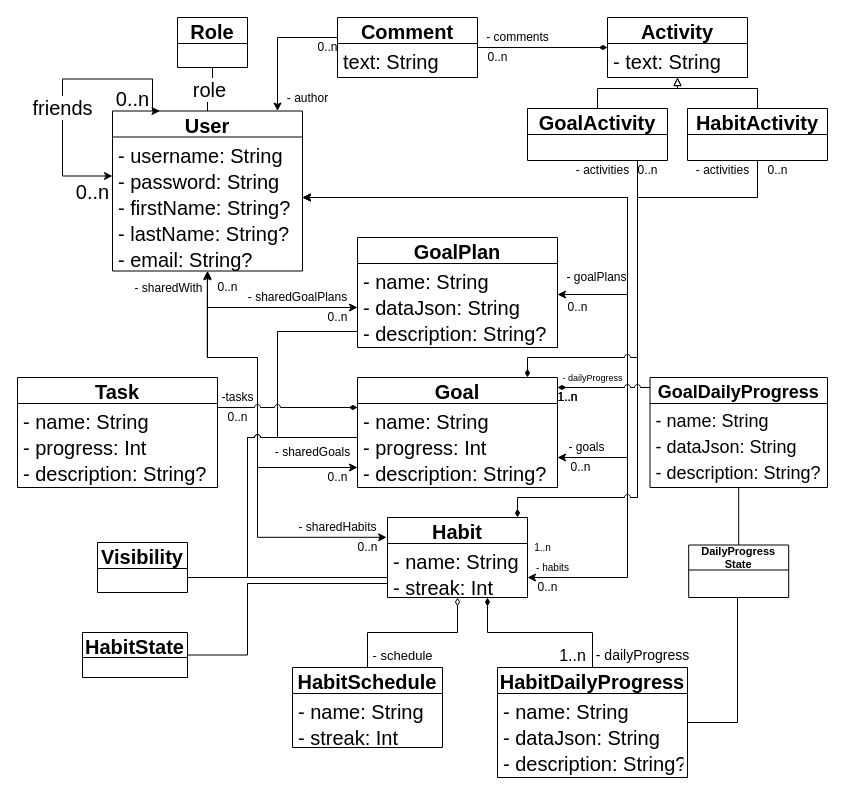
vanyuart/bachelors-thesis-text keeps this draw.io diagram as page "Page-1" (1 of 2) of diagrams/pda-class-diagram.drawio. Above is the earlier version. Source tidied: cells renumbered, new cells numbered last; positions are measured from the earlier drawing's top-left corner, leaving out a move shared by most shapes. Both pictures are drawn from the tidied source at 100%, with x=0, y=0 at pixel (17, 17).
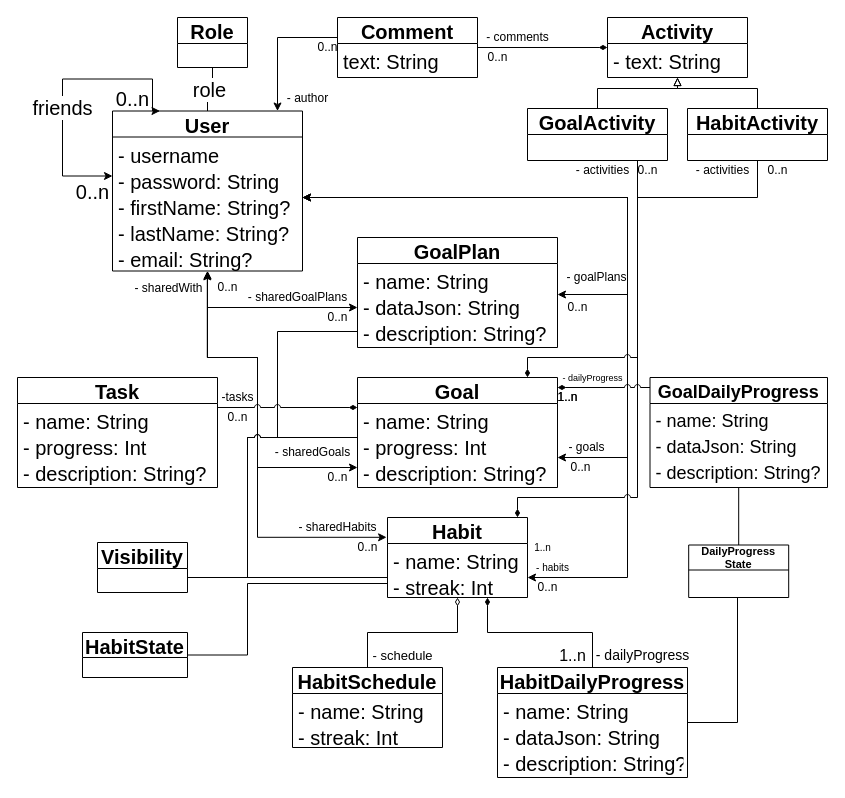
The same diagram, later.

Commit message (it also covers changes not shown here):
clean up diagrams

The change refers to these unchanged cells:
```xml
<mxCell id="8" value="User" style="swimlane;fontStyle=1;horizontal=1;startSize=26;fillColor=none;fontSize=20;" parent="1" vertex="1">
  <mxGeometry x="95" y="93.5" width="190" height="160" as="geometry" />
</mxCell>
```

Diff of the diagram source:
```diff
@@
-    <mxCell id="9" value="- username: String&#10;&#10;" style="text;strokeColor=none;fillColor=none;align=left;verticalAlign=top;spacingLeft=4;spacingRight=4;overflow=hidden;fontSize=20;" parent="8" vertex="1">
+    <mxCell id="9" value="- username&#10;" style="text;strokeColor=none;fillColor=none;align=left;verticalAlign=top;spacingLeft=4;spacingRight=4;overflow=hidden;fontSize=20;" parent="8" vertex="1">
       <mxGeometry y="26" width="190" height="26" as="geometry" />
     </mxCell>
```
